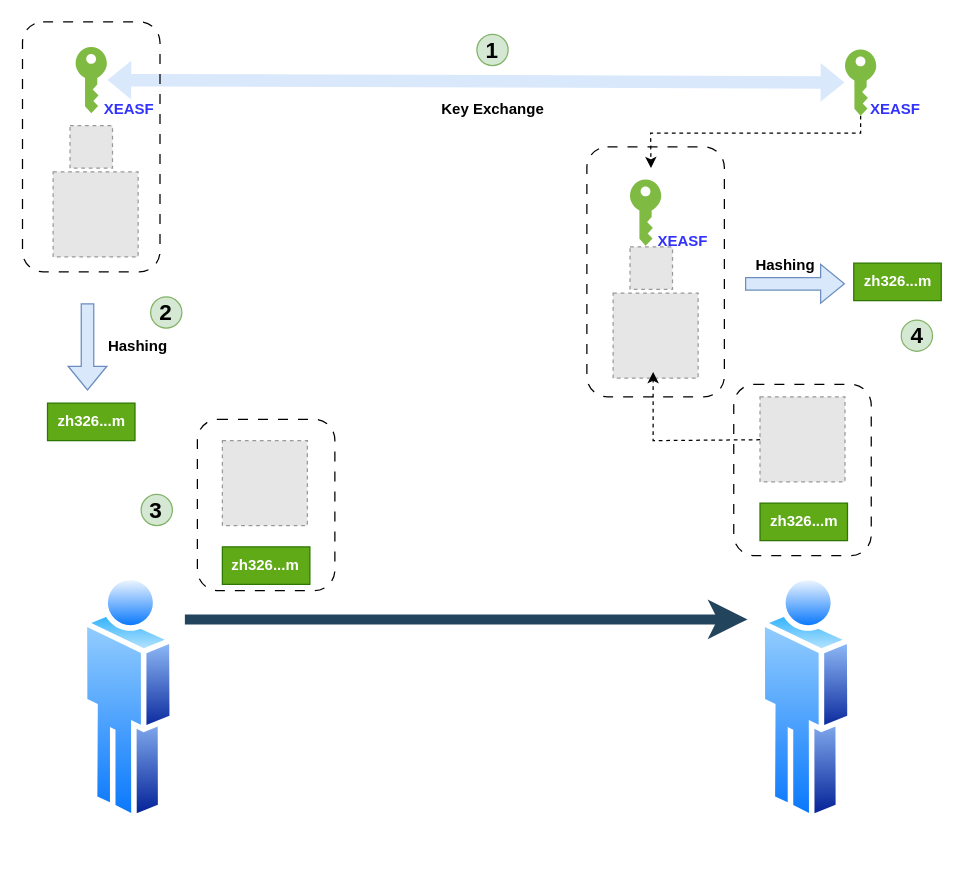
This is page "Digital Signature" (3 of 3) of SSL-TLS.drawio from eha1661/draw.io, a draw.io file, before an edit. Source tidied: cells renumbered, new cells numbered last; positions are measured from the earlier drawing's top-left corner, leaving out a move shared by most shapes. Both pictures are drawn from the tidied source at 125%, with x=0, y=0 at pixel (22, 21). Pictures stored in the file or linked from it are replaced by grey dashed boxes.
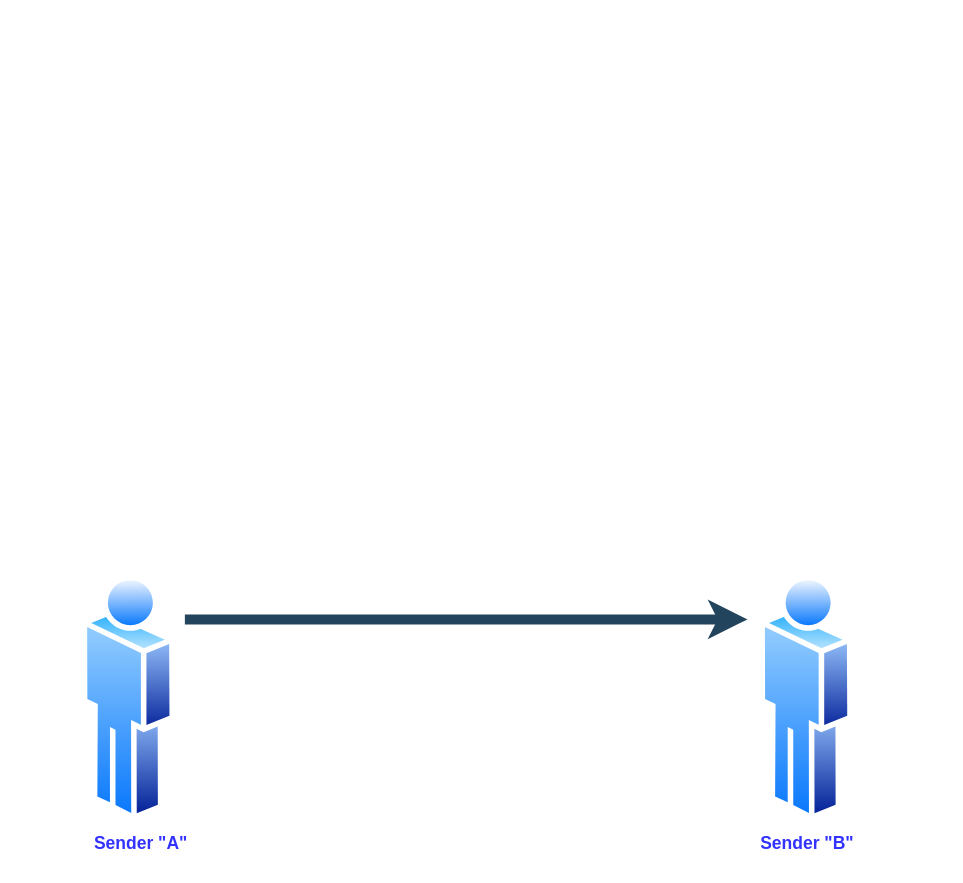
The same page after the edit.

Commit message (it also covers changes not shown here):
Mettre à jour SSL-TLS.drawio

Change to the diagram source:
```diff
@@
-    <mxCell id="2" value="&lt;font style=&quot;font-size: 18px;&quot;&gt;&lt;b style=&quot;&quot;&gt;1&lt;/b&gt;&lt;/font&gt;" style="ellipse;whiteSpace=wrap;html=1;fillColor=#d5e8d4;strokeColor=#82b366;" parent="1" vertex="1">
-      <mxGeometry x="363" y="10" width="25" height="25" as="geometry" />
-    </mxCell>
-    <mxCell id="3" style="sketch=0;shadow=0;dashed=0;html=1;strokeColor=none;labelPosition=center;verticalLabelPosition=bottom;verticalAlign=top;outlineConnect=0;align=center;shape=mxgraph.office.security.key_permissions;fillColor=#7FBA42;" parent="1" vertex="1">
-      <mxGeometry x="42" y="20" width="25" height="53" as="geometry" />
-    </mxCell>
-    <mxCell id="4" value="&lt;b style=&quot;border-color: var(--border-color);&quot;&gt;&lt;font style=&quot;border-color: var(--border-color);&quot; color=&quot;#3333ff&quot;&gt;XEASF&lt;/font&gt;&lt;/b&gt;" style="text;html=1;strokeColor=none;fillColor=none;align=center;verticalAlign=middle;whiteSpace=wrap;rounded=0;" parent="1" vertex="1">
-      <mxGeometry x="54.6" y="55" width="60" height="30" as="geometry" />
-    </mxCell>
-    <mxCell id="5" style="fillColor=#E6E6E6;strokeColor=#999999;dashed=1;html=1;verticalAlign=top;verticalLabelPosition=bottom;labelBackgroundColor=#ffffff;" parent="1" vertex="1">
-      <mxGeometry x="24" y="120" width="68" height="68" as="geometry" />
-    </mxCell>
-    <mxCell id="6" value="&lt;b&gt;zh326...m&lt;/b&gt;" style="rounded=0;whiteSpace=wrap;html=1;fillColor=#60a917;fontColor=#ffffff;strokeColor=#2D7600;" parent="1" vertex="1">
-      <mxGeometry x="19.5" y="305" width="70" height="30" as="geometry" />
-    </mxCell>
-    <mxCell id="7" style="fillColor=#E6E6E6;strokeColor=#999999;dashed=1;html=1;verticalAlign=top;verticalLabelPosition=bottom;labelBackgroundColor=#ffffff;" parent="1" vertex="1">
-      <mxGeometry x="37.5" y="83" width="34" height="34" as="geometry" />
-    </mxCell>
-    <mxCell id="8" style="shape=flexArrow;endArrow=classic;html=1;rounded=0;fillColor=#dae8fc;strokeColor=#6c8ebf;" parent="1" edge="1">
-      <mxGeometry relative="1" as="geometry">
-        <mxPoint x="51.5" y="225" as="sourcePoint" />
-        <mxPoint x="51.5" y="295" as="targetPoint" />
-      </mxGeometry>
-    </mxCell>
-    <mxCell id="9" value="&lt;b&gt;Hashing&lt;/b&gt;" style="text;html=1;strokeColor=none;fillColor=none;align=center;verticalAlign=middle;whiteSpace=wrap;rounded=0;" parent="1" vertex="1">
-      <mxGeometry x="62" y="245" width="60" height="30" as="geometry" />
-    </mxCell>
-    <mxCell id="10" value="&lt;font style=&quot;font-size: 18px;&quot;&gt;&lt;b style=&quot;&quot;&gt;2&lt;/b&gt;&lt;/font&gt;" style="ellipse;whiteSpace=wrap;html=1;fillColor=#d5e8d4;strokeColor=#82b366;" parent="1" vertex="1">
-      <mxGeometry x="102" y="220" width="25" height="25" as="geometry" />
-    </mxCell>
@@
-    <mxCell id="12" value="&lt;b&gt;zh326...m&lt;/b&gt;" style="rounded=0;whiteSpace=wrap;html=1;fillColor=#60a917;fontColor=#ffffff;strokeColor=#2D7600;" parent="1" vertex="1">
-      <mxGeometry x="159.4" y="420" width="70" height="30" as="geometry" />
-    </mxCell>
-    <mxCell id="13" value="&lt;font style=&quot;font-size: 18px;&quot;&gt;&lt;b style=&quot;&quot;&gt;3&lt;/b&gt;&lt;/font&gt;" style="ellipse;whiteSpace=wrap;html=1;fillColor=#d5e8d4;strokeColor=#82b366;" parent="1" vertex="1">
-      <mxGeometry x="94.4" y="378" width="25" height="25" as="geometry" />
-    </mxCell>
-    <mxCell id="14" value="&lt;font style=&quot;font-size: 18px;&quot;&gt;&lt;b style=&quot;&quot;&gt;4&lt;/b&gt;&lt;/font&gt;" style="ellipse;whiteSpace=wrap;html=1;fillColor=#d5e8d4;strokeColor=#82b366;" parent="1" vertex="1">
-      <mxGeometry x="702.5" y="238.5" width="25" height="25" as="geometry" />
-    </mxCell>
-    <mxCell id="15" value="&lt;b&gt;Hashing&lt;/b&gt;" style="text;html=1;strokeColor=none;fillColor=none;align=center;verticalAlign=middle;whiteSpace=wrap;rounded=0;" parent="1" vertex="1">
-      <mxGeometry x="579.5" y="180" width="60" height="30" as="geometry" />
-    </mxCell>
-    <mxCell id="16" value="&lt;b&gt;zh326...m&lt;/b&gt;" style="rounded=0;whiteSpace=wrap;html=1;fillColor=#60a917;fontColor=#ffffff;strokeColor=#2D7600;" parent="1" vertex="1">
-      <mxGeometry x="664.5" y="193" width="70" height="30" as="geometry" />
-    </mxCell>
-    <mxCell id="17" style="fillColor=#E6E6E6;strokeColor=#999999;dashed=1;html=1;verticalAlign=top;verticalLabelPosition=bottom;labelBackgroundColor=#ffffff;" parent="1" vertex="1">
-      <mxGeometry x="159.4" y="335" width="68" height="68" as="geometry" />
-    </mxCell>
-    <mxCell id="18" style="rounded=1;whiteSpace=wrap;html=1;fillColor=none;dashed=1;dashPattern=8 8;" parent="1" vertex="1">
-      <mxGeometry x="139.4" y="318" width="110" height="137" as="geometry" />
-    </mxCell>
-    <mxCell id="19" value="&lt;b&gt;zh326...m&lt;/b&gt;" style="rounded=0;whiteSpace=wrap;html=1;fillColor=#60a917;fontColor=#ffffff;strokeColor=#2D7600;" parent="1" vertex="1">
-      <mxGeometry x="589.5" y="385" width="70" height="30" as="geometry" />
-    </mxCell>
-    <mxCell id="20" style="fillColor=#E6E6E6;strokeColor=#999999;dashed=1;html=1;verticalAlign=top;verticalLabelPosition=bottom;labelBackgroundColor=#ffffff;" parent="1" vertex="1">
-      <mxGeometry x="589.5" y="300" width="68" height="68" as="geometry" />
-    </mxCell>
-    <mxCell id="21" style="rounded=1;whiteSpace=wrap;html=1;fillColor=none;dashed=1;dashPattern=8 8;" parent="1" vertex="1">
-      <mxGeometry x="568.5" y="290" width="110" height="137" as="geometry" />
-    </mxCell>
@@
-    <mxCell id="24" style="fillColor=#E6E6E6;strokeColor=#999999;dashed=1;html=1;verticalAlign=top;verticalLabelPosition=bottom;labelBackgroundColor=#ffffff;" parent="1" vertex="1">
-      <mxGeometry x="472" y="217" width="68" height="68" as="geometry" />
-    </mxCell>
-    <mxCell id="25" style="fillColor=#E6E6E6;strokeColor=#999999;dashed=1;html=1;verticalAlign=top;verticalLabelPosition=bottom;labelBackgroundColor=#ffffff;" parent="1" vertex="1">
-      <mxGeometry x="485.5" y="180" width="34" height="34" as="geometry" />
-    </mxCell>
-    <mxCell id="26" style="shape=flexArrow;endArrow=classic;html=1;rounded=0;fillColor=#DAE8FC;strokeColor=#6C8EBF;" parent="1" edge="1">
-      <mxGeometry relative="1" as="geometry">
-        <mxPoint x="577.5" y="209.5" as="sourcePoint" />
-        <mxPoint x="657.5" y="209.5" as="targetPoint" />
-      </mxGeometry>
-    </mxCell>
-    <mxCell id="27" style="rounded=1;whiteSpace=wrap;html=1;fillColor=none;dashed=1;dashPattern=8 8;" parent="1" vertex="1">
-      <mxGeometry x="451" y="100" width="110" height="200" as="geometry" />
-    </mxCell>
-    <mxCell id="28" style="endArrow=classic;html=1;rounded=0;dashed=1;" parent="1" edge="1" source="20">
-      <mxGeometry relative="1" as="geometry">
-        <mxPoint x="504" y="280" as="targetPoint" />
-        <Array as="points">
-          <mxPoint x="504" y="335" />
-        </Array>
-      </mxGeometry>
-    </mxCell>
-    <mxCell id="29" style="endArrow=classic;html=1;rounded=0;dashed=1;" parent="1" edge="1" source="30">
-      <mxGeometry relative="1" as="geometry">
-        <mxPoint x="502.3" y="117" as="targetPoint" />
-        <Array as="points">
-          <mxPoint x="670" y="89" />
-          <mxPoint x="502" y="89" />
-        </Array>
-      </mxGeometry>
-    </mxCell>
-    <mxCell id="30" style="sketch=0;shadow=0;dashed=0;html=1;strokeColor=none;labelPosition=center;verticalLabelPosition=bottom;verticalAlign=top;outlineConnect=0;align=center;shape=mxgraph.office.security.key_permissions;fillColor=#7FBA42;" parent="1" vertex="1">
-      <mxGeometry x="657.5" y="22" width="25" height="53" as="geometry" />
-    </mxCell>
-    <mxCell id="31" value="&lt;b style=&quot;border-color: var(--border-color);&quot;&gt;&lt;font style=&quot;border-color: var(--border-color);&quot; color=&quot;#3333ff&quot;&gt;XEASF&lt;/font&gt;&lt;/b&gt;" style="text;html=1;strokeColor=none;fillColor=none;align=center;verticalAlign=middle;whiteSpace=wrap;rounded=0;" parent="1" vertex="1">
-      <mxGeometry x="667.5" y="55" width="60" height="30" as="geometry" />
-    </mxCell>
-    <mxCell id="32" style="sketch=0;shadow=0;dashed=0;html=1;strokeColor=none;labelPosition=center;verticalLabelPosition=bottom;verticalAlign=top;align=center;shape=mxgraph.office.security.key_permissions;fillColor=#7FBA42;" parent="1" vertex="1">
-      <mxGeometry x="485.5" y="126" width="25" height="53" as="geometry" />
-    </mxCell>
-    <mxCell id="33" value="&lt;b style=&quot;border-color: var(--border-color);&quot;&gt;&lt;font style=&quot;border-color: var(--border-color);&quot; color=&quot;#3333ff&quot;&gt;XEASF&lt;/font&gt;&lt;/b&gt;" style="text;html=1;strokeColor=none;fillColor=none;align=center;verticalAlign=middle;whiteSpace=wrap;rounded=0;" parent="1" vertex="1">
-      <mxGeometry x="498.1" y="161" width="60" height="30" as="geometry" />
-    </mxCell>
-    <mxCell id="34" style="shape=flexArrow;endArrow=classic;startArrow=classic;html=1;rounded=0;fillColor=#DAE8FC;strokeColor=none;" parent="1" edge="1" source="3" target="30">
-      <mxGeometry relative="1" as="geometry" />
-    </mxCell>
-    <mxCell id="35" value="&lt;b&gt;Key Exchange&lt;/b&gt;" style="text;html=1;strokeColor=none;fillColor=none;align=center;verticalAlign=middle;whiteSpace=wrap;rounded=0;" parent="1" vertex="1">
-      <mxGeometry x="328" y="55" width="96" height="30" as="geometry" />
-    </mxCell>
-    <mxCell id="36" style="rounded=1;whiteSpace=wrap;html=1;fillColor=none;dashed=1;dashPattern=8 8;" parent="1" vertex="1">
-      <mxGeometry x="-0.5" width="110" height="200" as="geometry" />
-    </mxCell>
+    <mxCell id="37" value="&lt;b style=&quot;border-color: var(--border-color);&quot;&gt;&lt;font style=&quot;border-color: var(--border-color); font-size: 14px;&quot; color=&quot;#3333ff&quot;&gt;Sender &quot;A&quot;&lt;/font&gt;&lt;/b&gt;" style="text;html=1;strokeColor=none;fillColor=none;align=center;verticalAlign=middle;whiteSpace=wrap;rounded=0;" parent="1" vertex="1">
+      <mxGeometry x="47.3" y="642" width="94.7" height="30" as="geometry" />
+    </mxCell>
+    <mxCell id="38" value="&lt;b style=&quot;border-color: var(--border-color);&quot;&gt;&lt;font style=&quot;border-color: var(--border-color); font-size: 14px;&quot; color=&quot;#3333ff&quot;&gt;Sender &quot;B&quot;&lt;/font&gt;&lt;/b&gt;" style="text;html=1;strokeColor=none;fillColor=none;align=center;verticalAlign=middle;whiteSpace=wrap;rounded=0;" parent="1" vertex="1">
+      <mxGeometry x="579.5" y="642" width="94.7" height="30" as="geometry" />
+    </mxCell>
```
